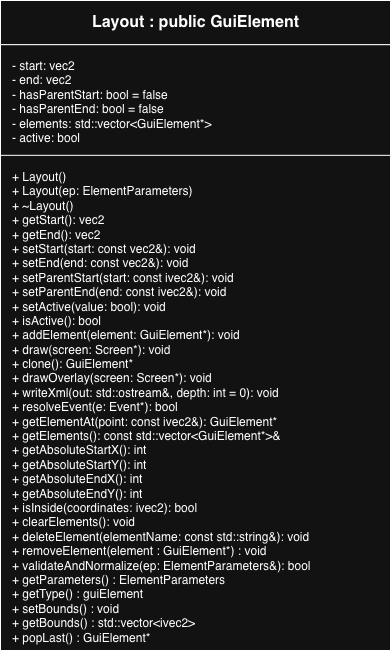
Before: images/Layout_UML.png, a diagram exported from draw.io (cgreen2048/ArtHuddle). Source tidied: cells renumbered, new cells last; positions are measured from the earlier drawing's top-left corner, leaving out a move shared by most shapes.
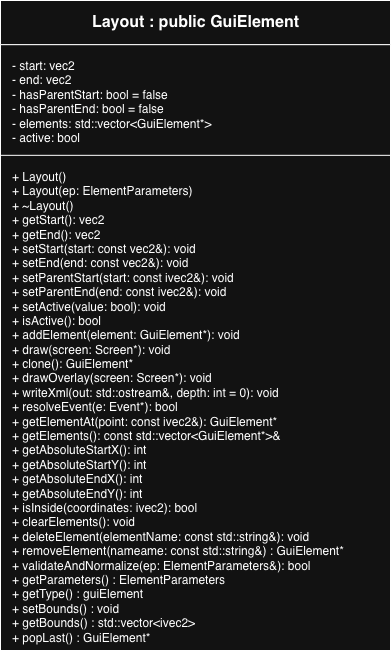
Above is the later version.

Commit message:
removed commented out logic, changed deleteElement and removeElement

The edit, as a diff of the source:
```diff
@@ -11,7 +11,7 @@
     <mxCell id="4" value=" - start: vec2&lt;br&gt; - end: vec2&lt;br&gt; - hasParentStart: bool = false&lt;br&gt; - hasParentEnd: bool = false&lt;br&gt; - elements: std::vector&amp;lt;GuiElement*&amp;gt;&lt;br&gt; - active: bool         " style="shape=rectangle;html=1;align=left;verticalAlign=top;spacingLeft=10;spacingTop=8;" parent="2" vertex="1">
       <mxGeometry y="44.2" width="390" height="132.5" as="geometry" />
     </mxCell>
-    <mxCell id="5" value=" + Layout()&lt;br&gt; + Layout(ep: ElementParameters)&lt;br&gt; + ~Layout()&lt;br&gt; + getStart(): vec2&lt;br&gt; + getEnd(): vec2&lt;br&gt; + setStart(start: const vec2&amp;amp;): void&lt;br&gt; + setEnd(end: const vec2&amp;amp;): void&lt;br&gt; + setParentStart(start: const ivec2&amp;amp;): void&lt;br&gt; + setParentEnd(end: const ivec2&amp;amp;): void&lt;br&gt; + setActive(value: bool): void&lt;br&gt; + isActive(): bool&lt;br&gt; + addElement(element: GuiElement*): void&lt;br&gt; + draw(screen: Screen*): void&lt;br&gt; + clone(): GuiElement*&lt;br&gt; + drawOverlay(screen: Screen*): void&lt;br&gt; + writeXml(out: std::ostream&amp;amp;, depth: int = 0): void&lt;br&gt; + resolveEvent(e: Event*): bool&lt;div&gt;+ getElementAt(point: const ivec2&amp;amp;): GuiElement*&lt;br&gt; + getElements(): const std::vector&amp;lt;GuiElement*&amp;gt;&amp;amp;&lt;br&gt; + getAbsoluteStartX(): int&lt;br&gt; + getAbsoluteStartY(): int&lt;br&gt; + getAbsoluteEndX(): int&lt;br&gt; + getAbsoluteEndY(): int&lt;br&gt; + isInside(coordinates: ivec2): bool&lt;br&gt; + clearElements(): void&lt;br&gt; + deleteElement(elementName: const std::string&amp;amp;): void&lt;/div&gt;&lt;div&gt;+ removeElement(element :&amp;nbsp;&lt;span style=&quot;background-color: transparent; color: light-dark(rgb(0, 0, 0), rgb(255, 255, 255));&quot;&gt;GuiElement*&lt;/span&gt;&lt;span style=&quot;background-color: transparent; color: light-dark(rgb(0, 0, 0), rgb(255, 255, 255));&quot;&gt;) : void&lt;/span&gt;&lt;/div&gt;&lt;div&gt; + validateAndNormalize(ep: ElementParameters&amp;amp;): bool&lt;div&gt;+ getParameters() : ElementParameters&lt;/div&gt;&lt;div&gt;+ getType() : guiElement&lt;/div&gt;&lt;div&gt;&lt;div&gt;+ setBounds() : void&lt;/div&gt;&lt;div&gt;+ getBounds() : std::vector&amp;lt;ivec2&amp;gt;&lt;/div&gt;&lt;/div&gt;&lt;/div&gt;&lt;div&gt;+ popLast() :&amp;nbsp;&lt;span style=&quot;background-color: transparent; color: light-dark(rgb(0, 0, 0), rgb(255, 255, 255));&quot;&gt;GuiElement*&lt;/span&gt;&lt;/div&gt;" style="shape=rectangle;html=1;align=left;verticalAlign=top;spacingLeft=10;spacingTop=8;" parent="2" vertex="1">
+    <mxCell id="5" value=" + Layout()&lt;br&gt; + Layout(ep: ElementParameters)&lt;br&gt; + ~Layout()&lt;br&gt; + getStart(): vec2&lt;br&gt; + getEnd(): vec2&lt;br&gt; + setStart(start: const vec2&amp;amp;): void&lt;br&gt; + setEnd(end: const vec2&amp;amp;): void&lt;br&gt; + setParentStart(start: const ivec2&amp;amp;): void&lt;br&gt; + setParentEnd(end: const ivec2&amp;amp;): void&lt;br&gt; + setActive(value: bool): void&lt;br&gt; + isActive(): bool&lt;br&gt; + addElement(element: GuiElement*): void&lt;br&gt; + draw(screen: Screen*): void&lt;br&gt; + clone(): GuiElement*&lt;br&gt; + drawOverlay(screen: Screen*): void&lt;br&gt; + writeXml(out: std::ostream&amp;amp;, depth: int = 0): void&lt;br&gt; + resolveEvent(e: Event*): bool&lt;div&gt;+ getElementAt(point: const ivec2&amp;amp;): GuiElement*&lt;br&gt; + getElements(): const std::vector&amp;lt;GuiElement*&amp;gt;&amp;amp;&lt;br&gt; + getAbsoluteStartX(): int&lt;br&gt; + getAbsoluteStartY(): int&lt;br&gt; + getAbsoluteEndX(): int&lt;br&gt; + getAbsoluteEndY(): int&lt;br&gt; + isInside(coordinates: ivec2): bool&lt;br&gt; + clearElements(): void&lt;br&gt; + deleteElement(elementName: const std::string&amp;amp;): void&lt;/div&gt;&lt;div&gt;+ removeElement(nameame: const std::string&amp;amp;&lt;span style=&quot;background-color: transparent; color: light-dark(rgb(0, 0, 0), rgb(255, 255, 255));&quot;&gt;) : GuiElement*&lt;/span&gt;&lt;/div&gt;&lt;div&gt; + validateAndNormalize(ep: ElementParameters&amp;amp;): bool&lt;div&gt;+ getParameters() : ElementParameters&lt;/div&gt;&lt;div&gt;+ getType() : guiElement&lt;/div&gt;&lt;div&gt;&lt;div&gt;+ setBounds() : void&lt;/div&gt;&lt;div&gt;+ getBounds() : std::vector&amp;lt;ivec2&amp;gt;&lt;/div&gt;&lt;/div&gt;&lt;/div&gt;&lt;div&gt;+ popLast() :&amp;nbsp;&lt;span style=&quot;background-color: transparent; color: light-dark(rgb(0, 0, 0), rgb(255, 255, 255));&quot;&gt;GuiElement*&lt;/span&gt;&lt;/div&gt;" style="shape=rectangle;html=1;align=left;verticalAlign=top;spacingLeft=10;spacingTop=8;" parent="2" vertex="1">
       <mxGeometry y="154.8" width="390" height="495.2" as="geometry" />
     </mxCell>
   </root>
```
